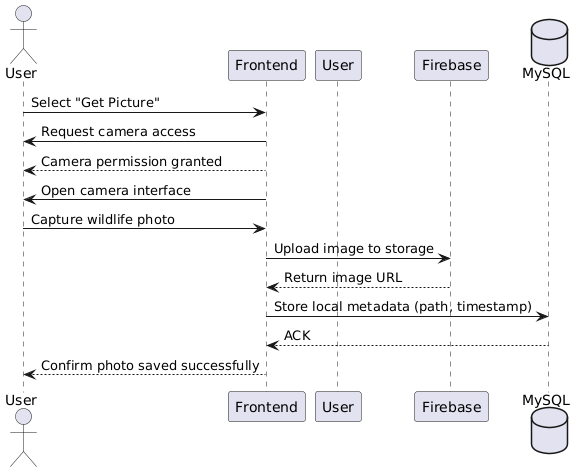
Earlier version of the PlantUML export documentation/images/getPicture.png (XXLSmile/BioTrack). The source it was exported from:
```plantuml
@startuml
actor User
participant Frontend
participant "User" as UserService
participant Firebase
database MySQL

User -> Frontend : Select "Get Picture"
Frontend -> User : Request camera access
User <-- Frontend : Camera permission granted
Frontend -> User : Open camera interface
User -> Frontend : Capture wildlife photo
Frontend -> Firebase : Upload image to storage
Firebase --> Frontend : Return image URL
Frontend -> MySQL : Store local metadata (path, timestamp)
MySQL --> Frontend : ACK
Frontend --> User : Confirm photo saved successfully
@enduml
```
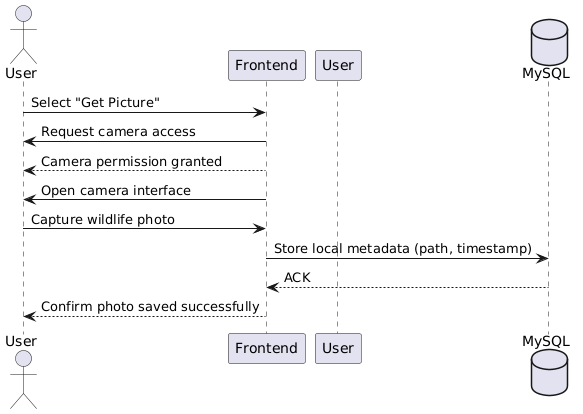
After the change.

Diff of the diagram source:
```diff
@@ -2,7 +2,6 @@
 actor User
 participant Frontend
 participant "User" as UserService
-participant Firebase
 database MySQL
 
 User -> Frontend : Select "Get Picture"
@@ -10,8 +9,6 @@
 User <-- Frontend : Camera permission granted
 Frontend -> User : Open camera interface
 User -> Frontend : Capture wildlife photo
-Frontend -> Firebase : Upload image to storage
-Firebase --> Frontend : Return image URL
 Frontend -> MySQL : Store local metadata (path, timestamp)
 MySQL --> Frontend : ACK
 Frontend --> User : Confirm photo saved successfully
```
